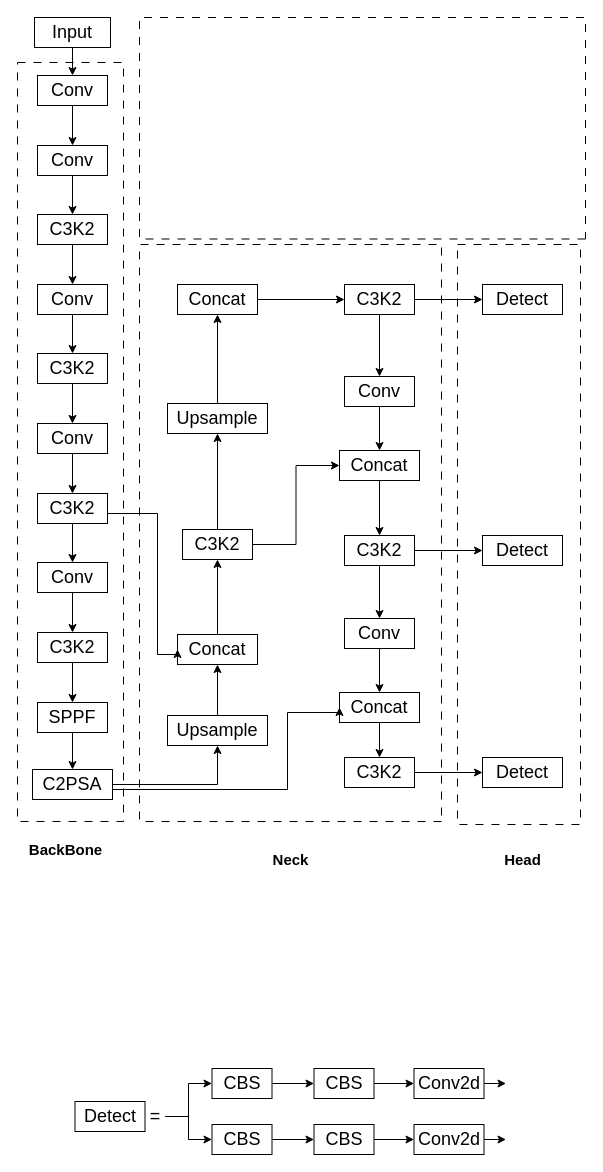
The draw.io diagram ImprovedYOLO.drawio in HTMLCSS-XD/draw.io, before the edit. Source tidied: cells renumbered, new cells numbered last; positions are measured from the earlier drawing's top-left corner, leaving out a move shared by most shapes. Both pictures are drawn from the tidied source at 100%, with x=0, y=0 at pixel (17, 17).
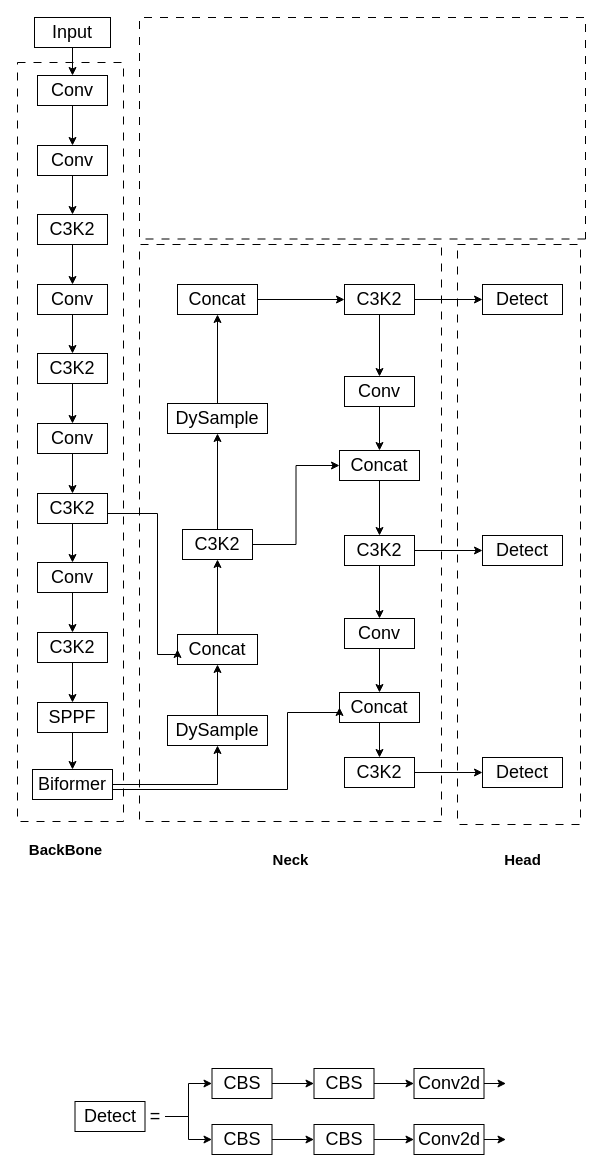
The same diagram, later.

Change to the diagram source:
```diff
@@
-    <mxCell id="33" value="C2PSA" style="rounded=0;whiteSpace=wrap;html=1;labelBackgroundColor=none;strokeColor=default;fillColor=none;align=center;fontStyle=0;fontSize=18;direction=east;" parent="1" vertex="1">
+    <mxCell id="33" value="Biformer" style="rounded=0;whiteSpace=wrap;html=1;labelBackgroundColor=none;strokeColor=default;fillColor=none;align=center;fontStyle=0;fontSize=18;direction=east;" parent="1" vertex="1">
       <mxGeometry x="15" y="752" width="80" height="30" as="geometry" />
     </mxCell>
@@
-    <mxCell id="35" value="Upsample" style="rounded=0;whiteSpace=wrap;html=1;labelBackgroundColor=none;strokeColor=default;fillColor=none;align=center;fontStyle=0;fontSize=18;direction=east;" parent="1" vertex="1">
+    <mxCell id="35" value="DySample" style="rounded=0;whiteSpace=wrap;html=1;labelBackgroundColor=none;strokeColor=default;fillColor=none;align=center;fontStyle=0;fontSize=18;direction=east;" parent="1" vertex="1">
       <mxGeometry x="150" y="698" width="100" height="30" as="geometry" />
     </mxCell>
@@
-    <mxCell id="42" value="Upsample" style="rounded=0;whiteSpace=wrap;html=1;labelBackgroundColor=none;strokeColor=default;fillColor=none;align=center;fontStyle=0;fontSize=18;direction=east;" parent="1" vertex="1">
+    <mxCell id="42" value="DySample" style="rounded=0;whiteSpace=wrap;html=1;labelBackgroundColor=none;strokeColor=default;fillColor=none;align=center;fontStyle=0;fontSize=18;direction=east;" parent="1" vertex="1">
       <mxGeometry x="150" y="386" width="100" height="30" as="geometry" />
     </mxCell>
```
